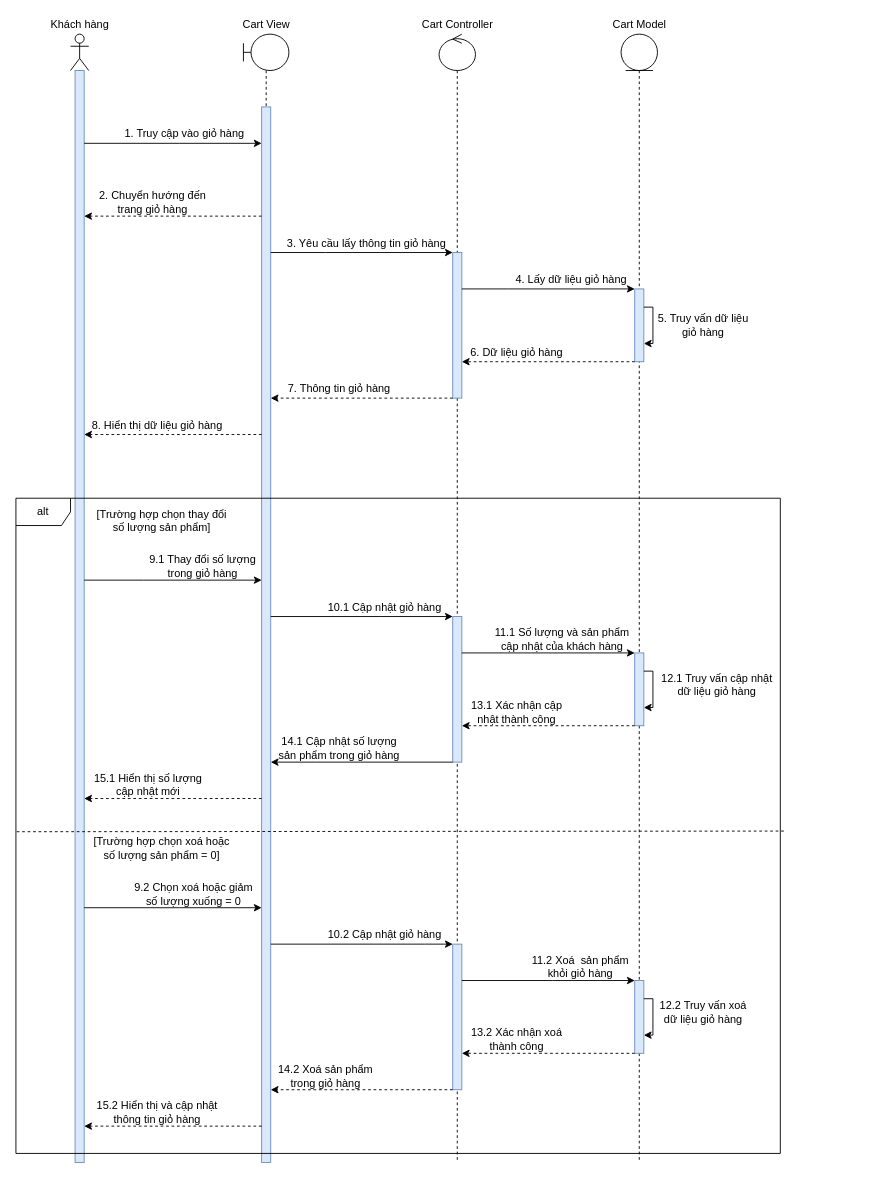
This is Nam3_HK1/CNPM_SoftTech/Sequence Diagrams/Nguyên Lộc/SD_QuảnLíGiỏHàng.drawio from EdgarIgnite16/SGU-Course, a draw.io file, before an edit. Source tidied: cells renumbered, new cells numbered last; positions are measured from the earlier drawing's top-left corner, leaving out a move shared by most shapes. Both pictures are drawn from the tidied source at 91%, with x=0, y=0 at pixel (15, 15).
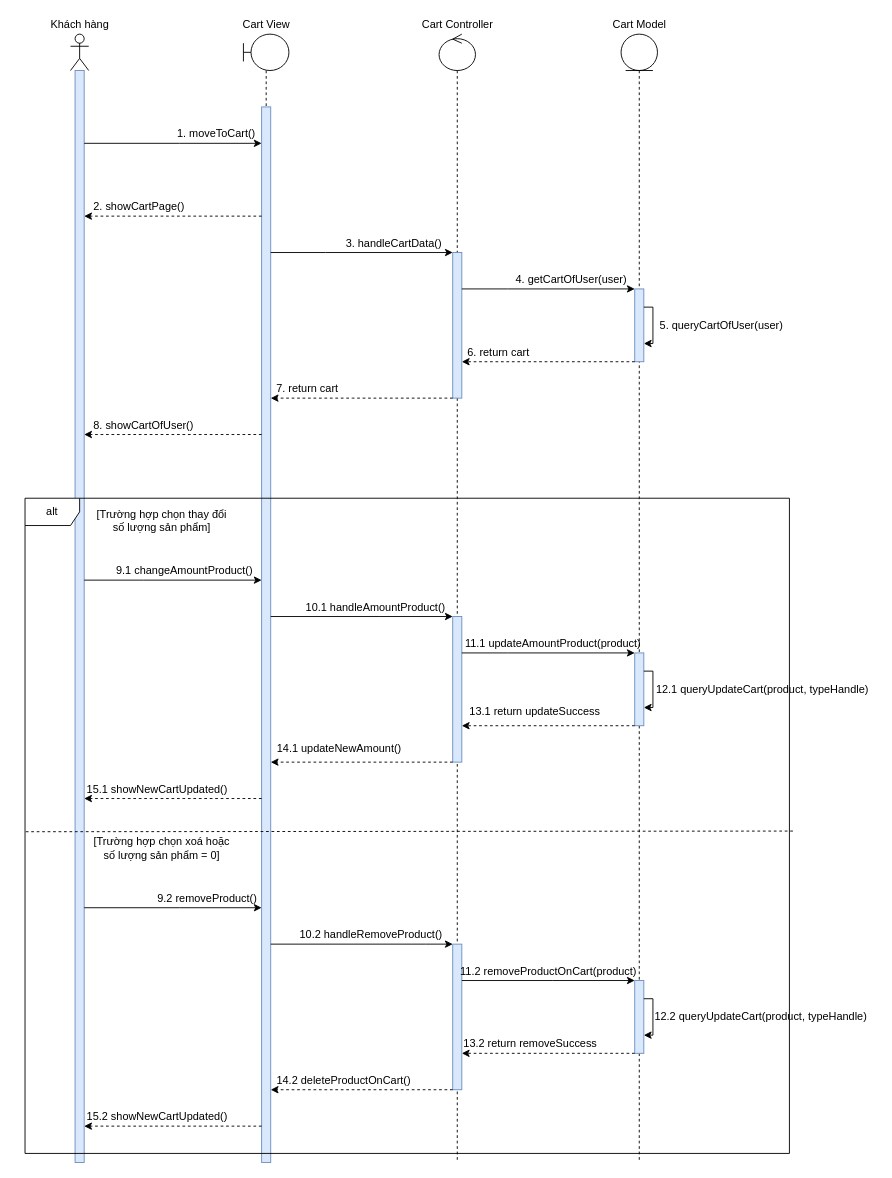
The same page after the edit.

Unchanged cells that the change refers to:
```xml
<mxCell id="9" style="html=1;points=[];perimeter=orthogonalPerimeter;fillColor=#dae8fc;strokeColor=#6c8ebf;" parent="7" vertex="1">
  <mxGeometry x="15" y="640" width="10" height="160" as="geometry" />
</mxCell>
```

Change to the diagram source:
```diff
@@
-    <mxCell id="22" value="1. Truy cập vào giỏ hàng" style="text;html=1;align=center;verticalAlign=middle;strokeColor=none;fillColor=none;" parent="1" vertex="1">
-      <mxGeometry x="110" y="120" width="150" height="20" as="geometry" />
+    <mxCell id="22" value="1. moveToCart()" style="text;html=1;align=center;verticalAlign=middle;strokeColor=none;fillColor=none;" parent="1" vertex="1">
+      <mxGeometry x="170" y="120" width="100" height="20" as="geometry" />
     </mxCell>
@@
-    <mxCell id="24" value="2. Chuyển hướng đến &lt;br&gt;trang giỏ hàng" style="text;html=1;align=center;verticalAlign=middle;strokeColor=none;fillColor=none;" parent="1" vertex="1">
-      <mxGeometry x="85" y="190" width="130" height="30" as="geometry" />
+    <mxCell id="24" value="2. showCartPage()" style="text;html=1;align=center;verticalAlign=middle;strokeColor=none;fillColor=none;" parent="1" vertex="1">
+      <mxGeometry x="75" y="200" width="120" height="20" as="geometry" />
     </mxCell>
@@
-    <mxCell id="26" value="3. Yêu cầu lấy thông tin giỏ hàng" style="text;html=1;align=center;verticalAlign=middle;strokeColor=none;fillColor=none;" parent="1" vertex="1">
-      <mxGeometry x="290" y="240" width="190" height="20" as="geometry" />
+    <mxCell id="26" value="3. handleCartData()" style="text;html=1;align=center;verticalAlign=middle;strokeColor=none;fillColor=none;" parent="1" vertex="1">
+      <mxGeometry x="355" y="240" width="120" height="20" as="geometry" />
     </mxCell>
@@
-    <mxCell id="28" value="4. Lấy dữ liệu giỏ hàng" style="text;html=1;align=center;verticalAlign=middle;strokeColor=none;fillColor=none;" parent="1" vertex="1">
+    <mxCell id="28" value="4. getCartOfUser(user)" style="text;html=1;align=center;verticalAlign=middle;strokeColor=none;fillColor=none;" parent="1" vertex="1">
       <mxGeometry x="540" y="280" width="140" height="20" as="geometry" />
     </mxCell>
-    <mxCell id="29" value="5. Truy vấn dữ liệu&lt;br&gt;giỏ hàng" style="text;html=1;align=center;verticalAlign=middle;strokeColor=none;fillColor=none;" parent="1" vertex="1">
-      <mxGeometry x="700" y="325" width="110" height="30" as="geometry" />
+    <mxCell id="29" value="5. queryCartOfUser(user)" style="text;html=1;align=center;verticalAlign=middle;strokeColor=none;fillColor=none;" parent="1" vertex="1">
+      <mxGeometry x="700" y="330" width="150" height="20" as="geometry" />
     </mxCell>
@@
-    <mxCell id="31" value="6. Dữ liệu giỏ hàng" style="text;html=1;align=center;verticalAlign=middle;strokeColor=none;fillColor=none;" parent="1" vertex="1">
-      <mxGeometry x="490" y="360" width="120" height="20" as="geometry" />
+    <mxCell id="31" value="6. return cart" style="text;html=1;align=center;verticalAlign=middle;strokeColor=none;fillColor=none;" parent="1" vertex="1">
+      <mxGeometry x="490" y="360" width="80" height="20" as="geometry" />
     </mxCell>
@@
-    <mxCell id="33" value="8. Hiển thị dữ liệu giỏ hàng" style="text;html=1;align=center;verticalAlign=middle;strokeColor=none;fillColor=none;" parent="1" vertex="1">
-      <mxGeometry x="75" y="440" width="160" height="20" as="geometry" />
+    <mxCell id="33" value="8. showCartOfUser()" style="text;html=1;align=center;verticalAlign=middle;strokeColor=none;fillColor=none;" parent="1" vertex="1">
+      <mxGeometry x="75" y="440" width="130" height="20" as="geometry" />
     </mxCell>
@@
-    <mxCell id="35" value="7. Thông tin giỏ hàng" style="text;html=1;align=center;verticalAlign=middle;strokeColor=none;fillColor=none;" parent="1" vertex="1">
-      <mxGeometry x="290" y="400" width="130" height="20" as="geometry" />
+    <mxCell id="35" value="7. return cart" style="text;html=1;align=center;verticalAlign=middle;strokeColor=none;fillColor=none;" parent="1" vertex="1">
+      <mxGeometry x="280" y="400" width="80" height="20" as="geometry" />
     </mxCell>
@@
-    <mxCell id="37" value="9.1 Thay đổi số lượng&lt;br&gt;trong giỏ hàng" style="text;html=1;align=center;verticalAlign=middle;strokeColor=none;fillColor=none;" parent="1" vertex="1">
-      <mxGeometry x="140" y="590" width="130" height="30" as="geometry" />
+    <mxCell id="37" value="9.1 changeAmountProduct()" style="text;html=1;align=center;verticalAlign=middle;strokeColor=none;fillColor=none;" parent="1" vertex="1">
+      <mxGeometry x="100" y="600" width="170" height="20" as="geometry" />
     </mxCell>
@@
-    <mxCell id="39" value="10.1 Cập nhật giỏ hàng" style="text;html=1;align=center;verticalAlign=middle;strokeColor=none;fillColor=none;" parent="1" vertex="1">
-      <mxGeometry x="335" y="640" width="140" height="20" as="geometry" />
+    <mxCell id="39" value="10.1 handleAmountProduct()" style="text;html=1;align=center;verticalAlign=middle;strokeColor=none;fillColor=none;" parent="1" vertex="1">
+      <mxGeometry x="310" y="640" width="170" height="20" as="geometry" />
     </mxCell>
@@
-    <mxCell id="41" value="11.1 Số lượng và sản phẩm&lt;br&gt;cập nhật của khách hàng" style="text;html=1;align=center;verticalAlign=middle;strokeColor=none;fillColor=none;" parent="1" vertex="1">
-      <mxGeometry x="520" y="670" width="160" height="30" as="geometry" />
+    <mxCell id="41" value="11.1 updateAmountProduct(product)" style="text;html=1;align=center;verticalAlign=middle;strokeColor=none;fillColor=none;" parent="1" vertex="1">
+      <mxGeometry x="485" y="680" width="210" height="20" as="geometry" />
     </mxCell>
-    <mxCell id="42" value="12.1 Truy vấn cập nhật&lt;br&gt;dữ liệu giỏ hàng" style="text;html=1;align=center;verticalAlign=middle;strokeColor=none;fillColor=none;" parent="1" vertex="1">
-      <mxGeometry x="700" y="720" width="140" height="30" as="geometry" />
+    <mxCell id="42" value="12.1 queryUpdateCart(product, typeHandle)" style="text;html=1;align=center;verticalAlign=middle;strokeColor=none;fillColor=none;" parent="1" vertex="1">
+      <mxGeometry x="695" y="730" width="250" height="20" as="geometry" />
     </mxCell>
@@
-    <mxCell id="44" value="13.1 Xác nhận cập &lt;br&gt;nhật thành công" style="text;html=1;align=center;verticalAlign=middle;strokeColor=none;fillColor=none;" parent="1" vertex="1">
-      <mxGeometry x="490" y="750" width="120" height="30" as="geometry" />
+    <mxCell id="44" value="13.1 return updateSuccess" style="text;html=1;align=center;verticalAlign=middle;strokeColor=none;fillColor=none;" parent="1" vertex="1">
+      <mxGeometry x="490" y="755" width="160" height="20" as="geometry" />
     </mxCell>
-    <mxCell id="45" style="edgeStyle=orthogonalEdgeStyle;rounded=0;jettySize=auto;html=1;" parent="1" edge="1" source="9">
+    <mxCell id="45" style="edgeStyle=orthogonalEdgeStyle;rounded=0;jettySize=auto;html=1;dashed=1;" parent="1" edge="1" source="9">
       <mxGeometry relative="1" as="geometry">
         <mxPoint x="280" y="820" as="targetPoint" />
         <Array as="points">
           <mxPoint x="330" y="820" />
           <mxPoint x="330" y="820" />
         </Array>
       </mxGeometry>
     </mxCell>
-    <mxCell id="46" value="14.1 Cập nhật số lượng&lt;br&gt;sản phẩm trong giỏ hàng" style="text;html=1;align=center;verticalAlign=middle;strokeColor=none;fillColor=none;" parent="1" vertex="1">
-      <mxGeometry x="280" y="790" width="150" height="30" as="geometry" />
+    <mxCell id="46" value="14.1 updateNewAmount()" style="text;html=1;align=center;verticalAlign=middle;strokeColor=none;fillColor=none;" parent="1" vertex="1">
+      <mxGeometry x="280" y="795" width="150" height="20" as="geometry" />
     </mxCell>
@@
-    <mxCell id="51" value="9.2 Chọn xoá hoặc giảm&lt;br&gt;số lượng xuống = 0" style="text;html=1;align=center;verticalAlign=middle;strokeColor=none;fillColor=none;" parent="1" vertex="1">
-      <mxGeometry x="120" y="950" width="150" height="30" as="geometry" />
+    <mxCell id="51" value="9.2 removeProduct()" style="text;html=1;align=center;verticalAlign=middle;strokeColor=none;fillColor=none;" parent="1" vertex="1">
+      <mxGeometry x="150" y="960" width="120" height="20" as="geometry" />
     </mxCell>
@@
-    <mxCell id="53" value="10.2 Cập nhật giỏ hàng" style="text;html=1;align=center;verticalAlign=middle;strokeColor=none;fillColor=none;" parent="1" vertex="1">
-      <mxGeometry x="335" y="1000" width="140" height="20" as="geometry" />
+    <mxCell id="53" value="10.2 handleRemoveProduct()" style="text;html=1;align=center;verticalAlign=middle;strokeColor=none;fillColor=none;" parent="1" vertex="1">
+      <mxGeometry x="305" y="1000" width="170" height="20" as="geometry" />
     </mxCell>
@@
-    <mxCell id="55" value="11.2 Xoá&amp;nbsp; sản phẩm&lt;br&gt;khỏi giỏ hàng" style="text;html=1;align=center;verticalAlign=middle;strokeColor=none;fillColor=none;" parent="1" vertex="1">
-      <mxGeometry x="560" y="1030" width="120" height="30" as="geometry" />
+    <mxCell id="55" value="11.2 removeProductOnCart(product)" style="text;html=1;align=center;verticalAlign=middle;strokeColor=none;fillColor=none;" parent="1" vertex="1">
+      <mxGeometry x="480" y="1040" width="210" height="20" as="geometry" />
     </mxCell>
-    <mxCell id="56" value="12.2 Truy vấn xoá&lt;br&gt;dữ liệu giỏ hàng" style="text;html=1;align=center;verticalAlign=middle;strokeColor=none;fillColor=none;" parent="1" vertex="1">
-      <mxGeometry x="700" y="1080" width="110" height="30" as="geometry" />
+    <mxCell id="56" value="12.2 queryUpdateCart(product, typeHandle)&amp;nbsp;" style="text;html=1;align=center;verticalAlign=middle;strokeColor=none;fillColor=none;" parent="1" vertex="1">
+      <mxGeometry x="695" y="1090" width="250" height="20" as="geometry" />
     </mxCell>
@@
-    <mxCell id="58" value="13.2 Xác nhận xoá&lt;br&gt;thành công" style="text;html=1;align=center;verticalAlign=middle;strokeColor=none;fillColor=none;" parent="1" vertex="1">
-      <mxGeometry x="490" y="1110" width="120" height="30" as="geometry" />
+    <mxCell id="58" value="13.2 return removeSuccess" style="text;html=1;align=center;verticalAlign=middle;strokeColor=none;fillColor=none;" parent="1" vertex="1">
+      <mxGeometry x="485" y="1120" width="160" height="20" as="geometry" />
     </mxCell>
@@
-    <mxCell id="60" value="14.2 Xoá sản phẩm&lt;br&gt;trong giỏ hàng" style="text;html=1;align=center;verticalAlign=middle;strokeColor=none;fillColor=none;" parent="1" vertex="1">
-      <mxGeometry x="280" y="1150" width="120" height="30" as="geometry" />
+    <mxCell id="60" value="14.2 deleteProductOnCart()" style="text;html=1;align=center;verticalAlign=middle;strokeColor=none;fillColor=none;" parent="1" vertex="1">
+      <mxGeometry x="280" y="1160" width="160" height="20" as="geometry" />
     </mxCell>
@@
-    <mxCell id="62" value="15.1 Hiển thị số lượng&lt;br&gt;cập nhật mới" style="text;html=1;align=center;verticalAlign=middle;strokeColor=none;fillColor=none;" parent="1" vertex="1">
-      <mxGeometry x="80" y="830" width="130" height="30" as="geometry" />
+    <mxCell id="62" value="15.1 showNewCartUpdated()" style="text;html=1;align=center;verticalAlign=middle;strokeColor=none;fillColor=none;" parent="1" vertex="1">
+      <mxGeometry x="70" y="840" width="170" height="20" as="geometry" />
     </mxCell>
-    <mxCell id="63" value="15.2 Hiển thị và cập nhật&lt;br&gt;thông tin giỏ hàng" style="text;html=1;align=center;verticalAlign=middle;strokeColor=none;fillColor=none;" parent="1" vertex="1">
-      <mxGeometry x="80" y="1190" width="150" height="30" as="geometry" />
+    <mxCell id="63" value="15.2 showNewCartUpdated()" style="text;html=1;align=center;verticalAlign=middle;strokeColor=none;fillColor=none;" parent="1" vertex="1">
+      <mxGeometry x="70" y="1200" width="170" height="20" as="geometry" />
     </mxCell>
     <mxCell id="64" value="alt" style="shape=umlFrame;whiteSpace=wrap;html=1;" parent="1" vertex="1">
-      <mxGeometry y="530" width="840" height="720" as="geometry" />
+      <mxGeometry x="10" y="530" width="840" height="720" as="geometry" />
     </mxCell>
```
